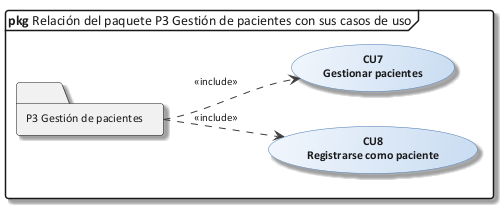
Before: Docs/diagramas/26_rel_p3.png, a diagram exported from PlantUML (Kato-001/nova-salud). Source of this version:
```plantuml
@startuml 26_rel_p3
!include C:/Users/Sergio Estaca Paco/Desktop/HeadSalud/Docs/diagramas/estilo_ea.iuml
mainframe **pkg** Relación del paquete P3 Gestión de pacientes con sus casos de uso
left to right direction
folder "P3 Gestión de pacientes" as PK
usecase "CU7\nGestionar pacientes" as CU7
PK ..> CU7 : <<include>>
usecase "CU8\nRegistrarse como paciente" as CU8
PK ..> CU8 : <<include>>
@enduml
```
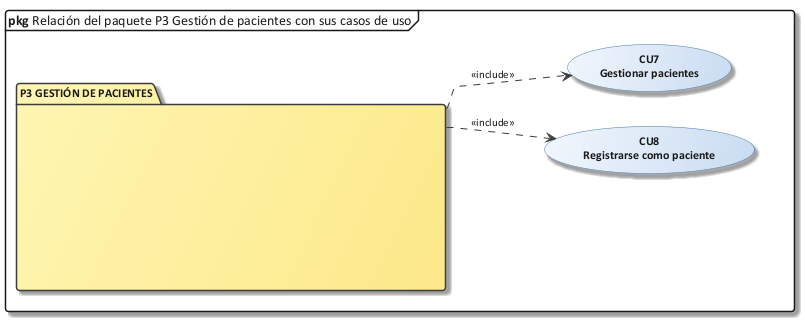
After the change.

What changed in the source:
```diff
@@ -1,8 +1,17 @@
 @startuml 26_rel_p3
 !include C:/Users/Sergio Estaca Paco/Desktop/HeadSalud/Docs/diagramas/estilo_ea.iuml
+skinparam PackageBackgroundColor #FFF6B3/#FDE98A
 mainframe **pkg** Relación del paquete P3 Gestión de pacientes con sus casos de uso
 left to right direction
-folder "P3 Gestión de pacientes" as PK
+package "P3 GESTIÓN DE PACIENTES" as PK {
+  skinparam rectangle<<oculto>> {
+    BackgroundColor transparent
+    BorderColor transparent
+    StereotypeFontSize 0
+    shadowing false
+  }
+  rectangle "<size:40>                                        </size>\n\n\n" <<oculto>> as X
+}
 usecase "CU7\nGestionar pacientes" as CU7
 PK ..> CU7 : <<include>>
 usecase "CU8\nRegistrarse como paciente" as CU8
```
